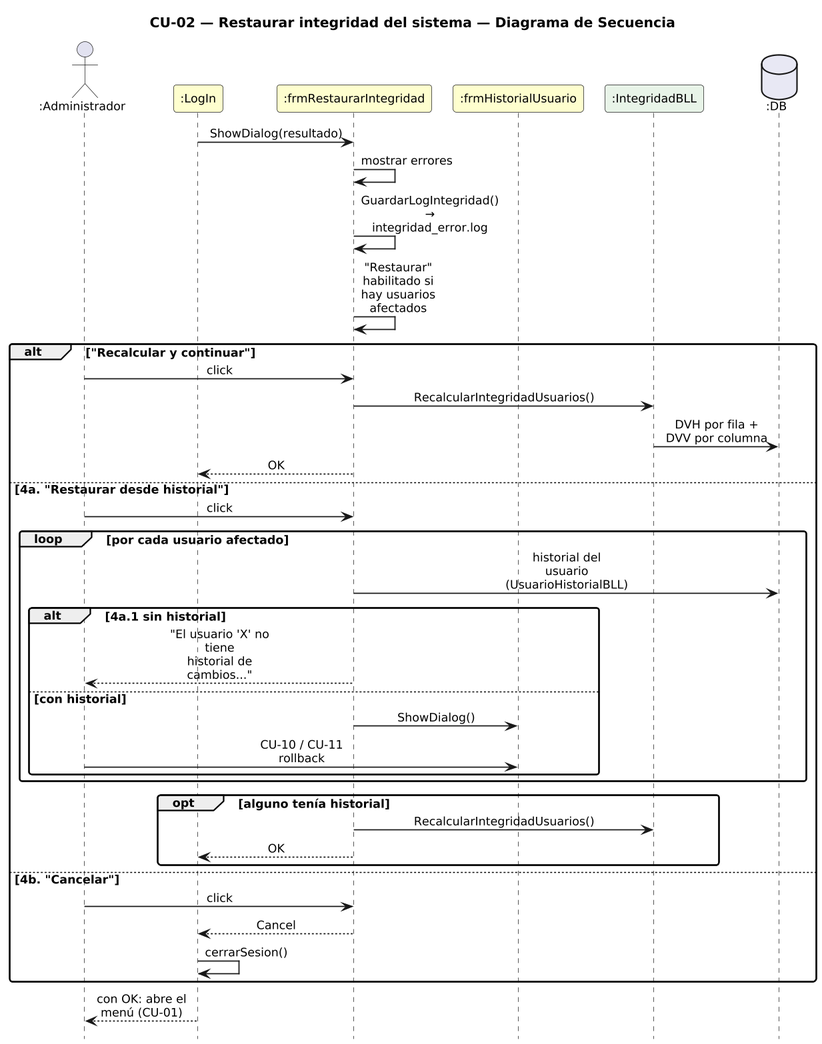
Before: DIAGRAMAS/DiagramaSecuencia_CU02_RestaurarIntegridad.png, a diagram exported from PlantUML (Urrels/ingenieria_software).
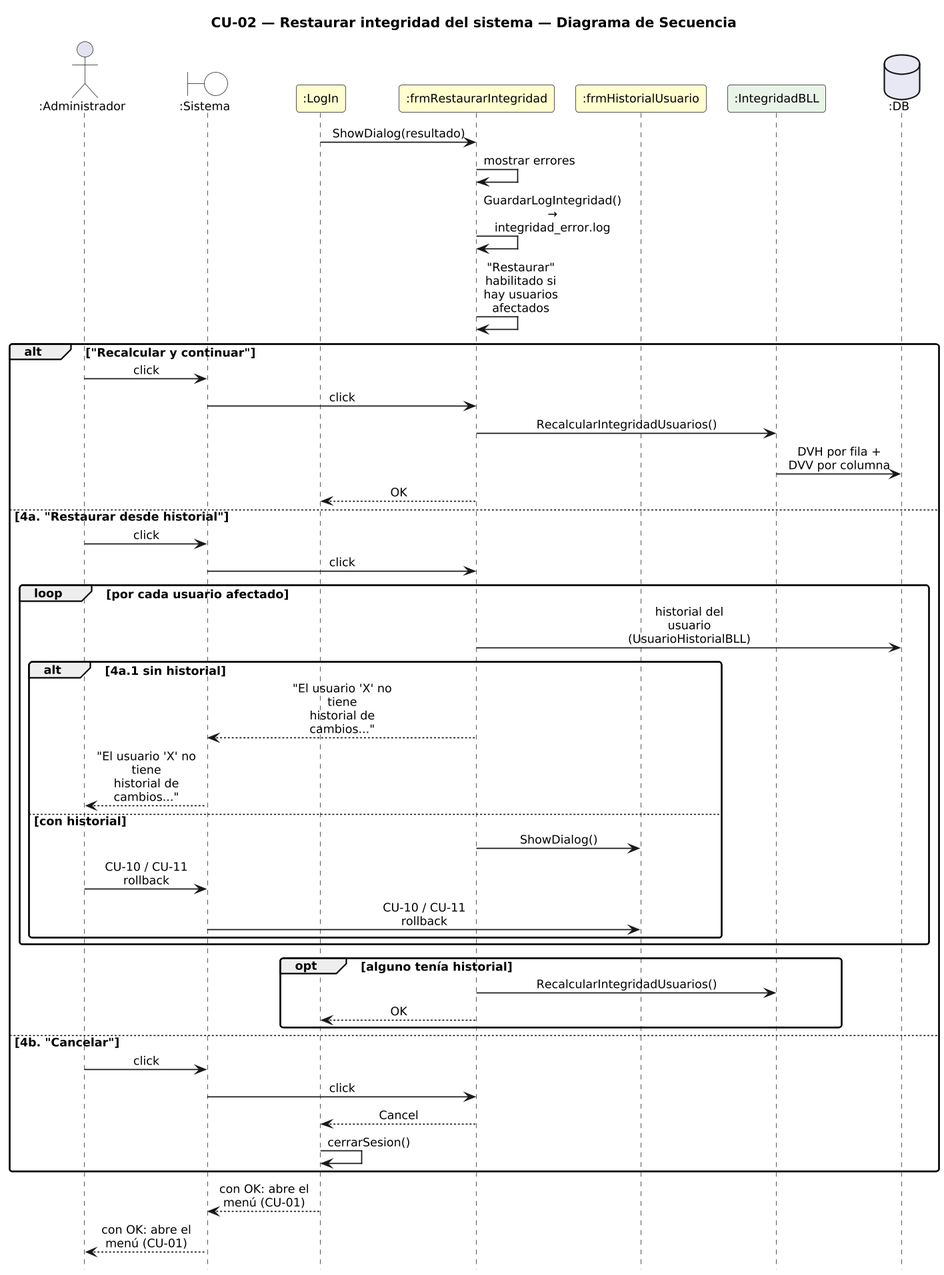
Later version of the same file.

What changed in the source:
```diff
@@ -14,6 +14,7 @@
 hide footbox
 
 actor ":Administrador" as A
+boundary ":Sistema" as SYS #FFFFFF
 participant ":LogIn" as LI #FEFECE
 participant ":frmRestaurarIntegridad" as F #FEFECE
 participant ":frmHistorialUsuario" as FH #FEFECE
@@ -25,19 +26,23 @@
 F -> F : GuardarLogIntegridad()\n→ integridad_error.log
 F -> F : "Restaurar" habilitado si\nhay usuarios afectados
 alt "Recalcular y continuar"
-  A -> F : click
+  A -> SYS : click
+  SYS -> F : click
   F -> I : RecalcularIntegridadUsuarios()
   I -> DB : DVH por fila + DVV por columna
   F --> LI : OK
 else 4a. "Restaurar desde historial"
-  A -> F : click
+  A -> SYS : click
+  SYS -> F : click
   loop por cada usuario afectado
     F -> DB : historial del usuario\n(UsuarioHistorialBLL)
     alt 4a.1 sin historial
-      F --> A : "El usuario 'X' no tiene\nhistorial de cambios..."
+      F --> SYS : "El usuario 'X' no tiene\nhistorial de cambios..."
+      SYS --> A : "El usuario 'X' no tiene\nhistorial de cambios..."
     else con historial
       F -> FH : ShowDialog()
-      A -> FH : CU-10 / CU-11 rollback
+      A -> SYS : CU-10 / CU-11 rollback
+      SYS -> FH : CU-10 / CU-11 rollback
     end
   end
   opt alguno tenía historial
@@ -45,10 +50,12 @@
     F --> LI : OK
   end
 else 4b. "Cancelar"
-  A -> F : click
+  A -> SYS : click
+  SYS -> F : click
   F --> LI : Cancel
   LI -> LI : cerrarSesion()
 end
-LI --> A : con OK: abre el menú (CU-01)
+LI --> SYS : con OK: abre el menú (CU-01)
+SYS --> A : con OK: abre el menú (CU-01)
 
 @enduml
```
